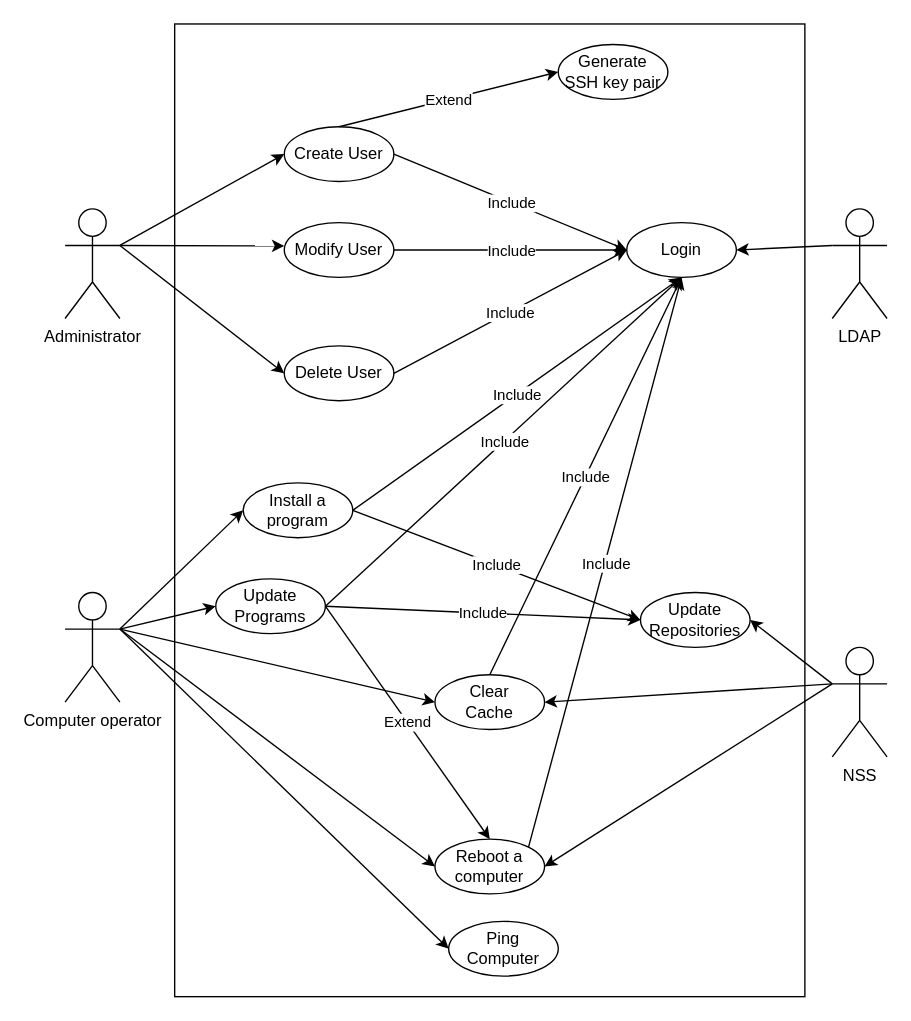
This is Deliverables/Use Case Diagram.drawio from Iaio99/Helm, a draw.io file, before an edit. Source tidied: cells renumbered, new cells numbered last; positions are measured from the earlier drawing's top-left corner, leaving out a move shared by most shapes. Both pictures are drawn from the tidied source at 137%, with x=0, y=0 at pixel (64, 23).
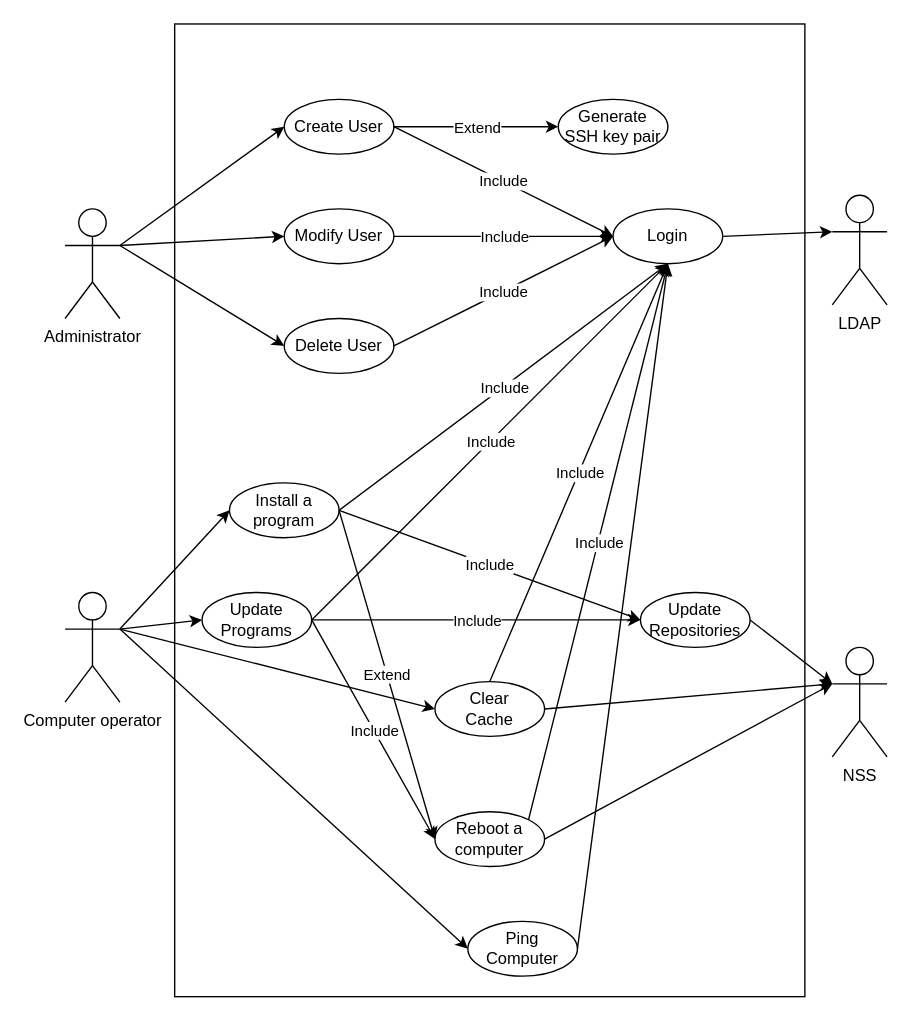
The same page after the edit.

The change refers to these unchanged cells:
```xml
<mxCell id="2" value="&lt;div&gt;Administrator&lt;/div&gt;" style="shape=umlActor;verticalLabelPosition=bottom;verticalAlign=top;html=1;outlineConnect=0;" parent="1" vertex="1">
  <mxGeometry y="135" width="40" height="80" as="geometry" />
</mxCell>
<mxCell id="3" value="&lt;div&gt;Computer operator&lt;/div&gt;" style="shape=umlActor;verticalLabelPosition=bottom;verticalAlign=top;html=1;outlineConnect=0;" parent="1" vertex="1">
  <mxGeometry y="415" width="40" height="80" as="geometry" />
</mxCell>
<mxCell id="5" value="&lt;div&gt;NSS&lt;/div&gt;" style="shape=umlActor;verticalLabelPosition=bottom;verticalAlign=top;html=1;outlineConnect=0;" parent="1" vertex="1">
  <mxGeometry x="560" y="455" width="40" height="80" as="geometry" />
</mxCell>
<mxCell id="24" value="&lt;div&gt;Update&lt;/div&gt;&lt;div&gt;Repositories&lt;br&gt;&lt;/div&gt;" style="ellipse;whiteSpace=wrap;html=1;fillColor=none;" parent="1" vertex="1">
  <mxGeometry x="420" y="415" width="80" height="40" as="geometry" />
</mxCell>
```

The edit, as a diff of the source:
```diff
@@
+    <mxCell id="51" style="rounded=0;whiteSpace=wrap;html=1;fillColor=none;" parent="1" vertex="1">
+      <mxGeometry x="80" width="460" height="710" as="geometry" />
+    </mxCell>
@@
     <mxCell id="4" value="&lt;div&gt;LDAP&lt;/div&gt;" style="shape=umlActor;verticalLabelPosition=bottom;verticalAlign=top;html=1;outlineConnect=0;" parent="1" vertex="1">
-      <mxGeometry x="560" y="135" width="40" height="80" as="geometry" />
+      <mxGeometry x="560" y="125" width="40" height="80" as="geometry" />
     </mxCell>
@@
     <mxCell id="6" value="Login" style="ellipse;whiteSpace=wrap;html=1;fillColor=none;" parent="1" vertex="1">
-      <mxGeometry x="410" y="145" width="80" height="40" as="geometry" />
+      <mxGeometry x="400" y="135" width="80" height="40" as="geometry" />
     </mxCell>
-    <mxCell id="7" style="endArrow=classic;html=1;rounded=0;exitX=1;exitY=0.3333333333333333;exitDx=0;exitDy=0;exitPerimeter=0;" parent="1" edge="1" source="2">
-      <mxGeometry relative="1" as="geometry">
-        <mxPoint x="160" y="95" as="targetPoint" />
-      </mxGeometry>
+    <mxCell id="7" style="endArrow=classic;html=1;rounded=0;exitX=1;exitY=0.3333333333333333;exitDx=0;exitDy=0;exitPerimeter=0;entryX=0;entryY=0.5;entryDx=0;entryDy=0;" parent="1" edge="1" source="2" target="10">
+      <mxGeometry relative="1" as="geometry" />
     </mxCell>
-    <mxCell id="8" style="endArrow=classic;html=1;rounded=0;exitX=1;exitY=0.3333333333333333;exitDx=0;exitDy=0;exitPerimeter=0;" parent="1" edge="1" source="2">
-      <mxGeometry relative="1" as="geometry">
-        <mxPoint x="160" y="162" as="targetPoint" />
-      </mxGeometry>
+    <mxCell id="8" style="endArrow=classic;html=1;rounded=0;exitX=1;exitY=0.3333333333333333;exitDx=0;exitDy=0;exitPerimeter=0;entryX=0;entryY=0.5;entryDx=0;entryDy=0;" parent="1" edge="1" source="2" target="11">
+      <mxGeometry relative="1" as="geometry" />
     </mxCell>
-    <mxCell id="9" style="endArrow=classic;html=1;rounded=0;exitX=1;exitY=0.3333333333333333;exitDx=0;exitDy=0;exitPerimeter=0;" parent="1" edge="1" source="2">
-      <mxGeometry relative="1" as="geometry">
-        <mxPoint x="160" y="255" as="targetPoint" />
-      </mxGeometry>
+    <mxCell id="9" style="endArrow=classic;html=1;rounded=0;exitX=1;exitY=0.3333333333333333;exitDx=0;exitDy=0;exitPerimeter=0;entryX=0;entryY=0.5;entryDx=0;entryDy=0;" parent="1" edge="1" source="2" target="12">
+      <mxGeometry relative="1" as="geometry" />
     </mxCell>
     <mxCell id="10" value="&lt;div&gt;Create User&lt;/div&gt;" style="ellipse;whiteSpace=wrap;html=1;fillColor=none;" parent="1" vertex="1">
-      <mxGeometry x="160" y="75" width="80" height="40" as="geometry" />
+      <mxGeometry x="160" y="55" width="80" height="40" as="geometry" />
     </mxCell>
     <mxCell id="11" value="&lt;div&gt;Modify User&lt;/div&gt;" style="ellipse;whiteSpace=wrap;html=1;fillColor=none;" parent="1" vertex="1">
-      <mxGeometry x="160" y="145" width="80" height="40" as="geometry" />
+      <mxGeometry x="160" y="135" width="80" height="40" as="geometry" />
     </mxCell>
     <mxCell id="12" value="Delete User" style="ellipse;whiteSpace=wrap;html=1;fillColor=none;" parent="1" vertex="1">
-      <mxGeometry x="160" y="235" width="80" height="40" as="geometry" />
+      <mxGeometry x="160" y="215" width="80" height="40" as="geometry" />
     </mxCell>
-    <mxCell id="13" style="endArrow=classic;html=1;rounded=0;entryX=1;entryY=0.5;entryDx=0;entryDy=0;exitX=0;exitY=0.3333333333333333;exitDx=0;exitDy=0;exitPerimeter=0;" parent="1" edge="1" source="4" target="6">
+    <mxCell id="13" style="endArrow=classic;html=1;rounded=0;exitX=1;exitY=0.5;exitDx=0;exitDy=0;entryX=0;entryY=0.3333333333333333;entryDx=0;entryDy=0;entryPerimeter=0;" parent="1" edge="1" source="6" target="4">
       <mxGeometry relative="1" as="geometry" />
     </mxCell>
@@
     <mxCell id="20" value="&lt;div&gt;Install a&lt;/div&gt;&lt;div&gt;program&lt;br&gt;&lt;/div&gt;" style="ellipse;whiteSpace=wrap;html=1;fillColor=none;" parent="1" vertex="1">
-      <mxGeometry x="130" y="335" width="80" height="40" as="geometry" />
+      <mxGeometry x="120" y="335" width="80" height="40" as="geometry" />
     </mxCell>
     <mxCell id="21" value="&lt;div&gt;Ping&lt;/div&gt;&lt;div&gt;Computer&lt;br&gt;&lt;/div&gt;" style="ellipse;whiteSpace=wrap;html=1;fillColor=none;" parent="1" vertex="1">
-      <mxGeometry x="280" y="655" width="80" height="40" as="geometry" />
+      <mxGeometry x="294" y="655" width="80" height="40" as="geometry" />
     </mxCell>
     <mxCell id="22" value="Reboot a computer" style="ellipse;whiteSpace=wrap;html=1;fillColor=none;" parent="1" vertex="1">
-      <mxGeometry x="270" y="595" width="80" height="40" as="geometry" />
+      <mxGeometry x="270" y="575" width="80" height="40" as="geometry" />
     </mxCell>
     <mxCell id="23" value="Generate SSH key pair" style="ellipse;whiteSpace=wrap;html=1;fillColor=none;" parent="1" vertex="1">
-      <mxGeometry x="360" y="15" width="80" height="40" as="geometry" />
+      <mxGeometry x="360" y="55" width="80" height="40" as="geometry" />
     </mxCell>
@@
     <mxCell id="25" value="&lt;div&gt;Clear&lt;/div&gt;&lt;div&gt;Cache&lt;/div&gt;" style="ellipse;whiteSpace=wrap;html=1;fillColor=none;" parent="1" vertex="1">
-      <mxGeometry x="270" y="475" width="80" height="40" as="geometry" />
+      <mxGeometry x="270" y="480" width="80" height="40" as="geometry" />
     </mxCell>
     <mxCell id="26" value="&lt;div&gt;Update&lt;/div&gt;&lt;div&gt;Programs&lt;br&gt;&lt;/div&gt;" style="ellipse;whiteSpace=wrap;html=1;fillColor=none;" parent="1" vertex="1">
-      <mxGeometry x="110" y="405" width="80" height="40" as="geometry" />
+      <mxGeometry x="100" y="415" width="80" height="40" as="geometry" />
     </mxCell>
@@
-    <mxCell id="37" style="endArrow=classic;html=1;rounded=0;exitX=0.5;exitY=0;exitDx=0;exitDy=0;entryX=0;entryY=0.5;entryDx=0;entryDy=0;" parent="1" edge="1" source="10" target="23">
+    <mxCell id="37" style="endArrow=classic;html=1;rounded=0;exitX=1;exitY=0.5;exitDx=0;exitDy=0;entryX=0;entryY=0.5;entryDx=0;entryDy=0;" parent="1" edge="1" source="10" target="23">
       <mxGeometry relative="1" as="geometry" />
     </mxCell>
@@
-    <mxCell id="40" style="endArrow=classic;html=1;rounded=0;exitX=1;exitY=0.3333333333333333;exitDx=0;exitDy=0;exitPerimeter=0;entryX=0;entryY=0.5;entryDx=0;entryDy=0;" parent="1" edge="1" source="3" target="22">
-      <mxGeometry relative="1" as="geometry" />
-    </mxCell>
@@
-    <mxCell id="43" style="endArrow=classic;html=1;rounded=0;exitX=0;exitY=0.3333333333333333;exitDx=0;exitDy=0;exitPerimeter=0;entryX=1;entryY=0.5;entryDx=0;entryDy=0;" parent="1" edge="1" source="5" target="24">
+    <mxCell id="43" style="endArrow=classic;html=1;rounded=0;exitX=1;exitY=0.5;exitDx=0;exitDy=0;entryX=0;entryY=0.3333333333333333;entryDx=0;entryDy=0;entryPerimeter=0;" parent="1" edge="1" source="24" target="5">
       <mxGeometry relative="1" as="geometry" />
     </mxCell>
-    <mxCell id="44" style="endArrow=classic;html=1;rounded=0;exitX=0;exitY=0.3333333333333333;exitDx=0;exitDy=0;exitPerimeter=0;entryX=1;entryY=0.5;entryDx=0;entryDy=0;" parent="1" edge="1" source="5" target="25">
+    <mxCell id="44" style="endArrow=classic;html=1;rounded=0;entryX=0;entryY=0.3333333333333333;entryDx=0;entryDy=0;entryPerimeter=0;exitX=1;exitY=0.5;exitDx=0;exitDy=0;" parent="1" edge="1" source="25" target="5">
       <mxGeometry relative="1" as="geometry" />
     </mxCell>
-    <mxCell id="45" style="endArrow=classic;html=1;rounded=0;exitX=0;exitY=0.3333333333333333;exitDx=0;exitDy=0;exitPerimeter=0;entryX=1;entryY=0.5;entryDx=0;entryDy=0;" parent="1" edge="1" source="5" target="22">
+    <mxCell id="45" style="endArrow=classic;html=1;rounded=0;entryX=0;entryY=0.3333333333333333;entryDx=0;entryDy=0;entryPerimeter=0;exitX=1;exitY=0.5;exitDx=0;exitDy=0;" parent="1" edge="1" source="22" target="5">
       <mxGeometry relative="1" as="geometry" />
     </mxCell>
@@
-    <mxCell id="49" style="endArrow=classic;html=1;rounded=0;exitX=1;exitY=0.5;exitDx=0;exitDy=0;entryX=0.5;entryY=0;entryDx=0;entryDy=0;" parent="1" edge="1" source="26" target="22">
+    <mxCell id="49" style="endArrow=classic;html=1;rounded=0;exitX=1;exitY=0.5;exitDx=0;exitDy=0;entryX=0;entryY=0.5;entryDx=0;entryDy=0;" parent="1" edge="1" source="26" target="22">
       <mxGeometry relative="1" as="geometry" />
     </mxCell>
-    <mxCell id="50" value="Extend" style="edgeLabel;html=1;align=center;verticalAlign=middle;" parent="49" vertex="1">
+    <mxCell id="50" value="Include" style="edgeLabel;html=1;align=center;verticalAlign=middle;" parent="49" vertex="1">
       <mxGeometry relative="1" as="geometry" />
     </mxCell>
-    <mxCell id="51" style="rounded=0;whiteSpace=wrap;html=1;fillColor=none;" parent="1" vertex="1">
-      <mxGeometry x="80" width="460" height="710" as="geometry" />
-    </mxCell>
+    <mxCell id="52" style="endArrow=classic;html=1;rounded=0;exitX=1;exitY=0.5;exitDx=0;exitDy=0;entryX=0.5;entryY=1;entryDx=0;entryDy=0;" parent="1" edge="1" source="21" target="6">
+      <mxGeometry relative="1" as="geometry" />
+    </mxCell>
+    <mxCell id="53" value="Extend" style="endArrow=classic;html=1;rounded=0;exitX=1;exitY=0.5;exitDx=0;exitDy=0;entryX=0;entryY=0.5;entryDx=0;entryDy=0;" parent="1" edge="1" source="20" target="22">
+      <mxGeometry relative="1" as="geometry" />
+    </mxCell>
```
